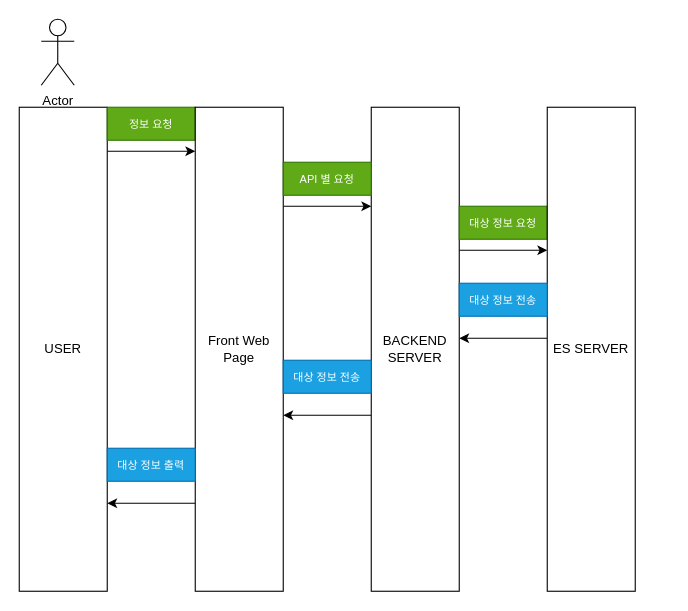
The draw.io diagram sequence_diagram/MOIVE/PERFORMING_ARTS REQUEST.drawio in keaunsolNa/Knock, before the edit. Source tidied: cells renumbered, new cells numbered last; positions are measured from the earlier drawing's top-left corner, leaving out a move shared by most shapes. Both pictures are drawn from the tidied source at 110%, with x=0, y=0 at pixel (19, 19).
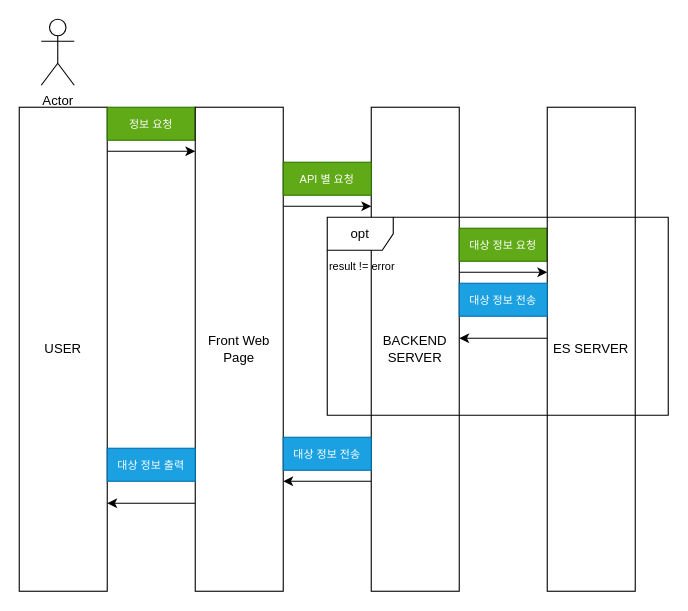
The same page after the edit.

Unchanged cells that the change refers to:
```xml
<mxCell id="8" value="Front Web Page" style="rounded=0;whiteSpace=wrap;html=1;" parent="1" vertex="1">
  <mxGeometry x="160" y="80" width="80" height="440" as="geometry" />
</mxCell>
<mxCell id="11" value="BACKEND SERVER" style="rounded=0;whiteSpace=wrap;html=1;" parent="1" vertex="1">
  <mxGeometry x="320" y="80" width="80" height="440" as="geometry" />
</mxCell>
<mxCell id="15" value="ES SERVER" style="rounded=0;whiteSpace=wrap;html=1;" parent="1" vertex="1">
  <mxGeometry x="480" y="80" width="80" height="440" as="geometry" />
</mxCell>
```

The edit, as a diff of the source:
```diff
@@
     <mxCell id="9" style="edgeStyle=orthogonalEdgeStyle;rounded=0;jettySize=auto;html=1;" parent="1" edge="1" source="11" target="15">
       <mxGeometry relative="1" as="geometry">
         <Array as="points">
-          <mxPoint x="430" y="210" />
-          <mxPoint x="430" y="210" />
+          <mxPoint x="440" y="230" />
+          <mxPoint x="440" y="230" />
         </Array>
       </mxGeometry>
     </mxCell>
     <mxCell id="10" style="edgeStyle=orthogonalEdgeStyle;rounded=0;jettySize=auto;html=1;" parent="1" edge="1" source="11" target="8">
       <mxGeometry relative="1" as="geometry">
         <Array as="points">
-          <mxPoint x="280" y="360" />
-          <mxPoint x="280" y="360" />
+          <mxPoint x="280" y="420" />
+          <mxPoint x="280" y="420" />
         </Array>
       </mxGeometry>
     </mxCell>
@@
     <mxCell id="13" value="&lt;font style=&quot;font-size: 10px;&quot;&gt;대상 정보 요청&lt;/font&gt;" style="text;html=1;align=center;verticalAlign=middle;whiteSpace=wrap;rounded=0;fillColor=#60a917;fontColor=#ffffff;strokeColor=#2D7600;" parent="1" vertex="1">
-      <mxGeometry x="400" y="170" width="80" height="30" as="geometry" />
+      <mxGeometry x="400" y="190" width="80" height="30" as="geometry" />
     </mxCell>
@@
     <mxCell id="17" value="&lt;span style=&quot;font-size: 10px;&quot;&gt;대상 정보 전송&lt;/span&gt;" style="text;html=1;align=center;verticalAlign=middle;whiteSpace=wrap;rounded=0;fillColor=#1ba1e2;fontColor=#ffffff;strokeColor=#006EAF;" parent="1" vertex="1">
-      <mxGeometry x="240" y="310" width="80" height="30" as="geometry" />
+      <mxGeometry x="240" y="380" width="80" height="30" as="geometry" />
     </mxCell>
@@
+    <mxCell id="19" value="opt" style="shape=umlFrame;whiteSpace=wrap;html=1;" parent="1" vertex="1">
+      <mxGeometry x="280" y="180" width="310" height="180" as="geometry" />
+    </mxCell>
+    <mxCell id="20" value="&lt;span style=&quot;color: rgb(0, 0, 0); font-family: Helvetica; font-size: 10px; font-style: normal; font-variant-ligatures: normal; font-variant-caps: normal; font-weight: 400; letter-spacing: normal; orphans: 2; text-align: left; text-indent: 0px; text-transform: none; widows: 2; word-spacing: 0px; -webkit-text-stroke-width: 0px; white-space: nowrap; text-decoration-thickness: initial; text-decoration-style: initial; text-decoration-color: initial; float: none; display: inline !important;&quot;&gt;result != error&lt;/span&gt;" style="text;whiteSpace=wrap;html=1;" parent="1" vertex="1">
+      <mxGeometry x="280" y="210" width="90" height="40" as="geometry" />
+    </mxCell>
```
